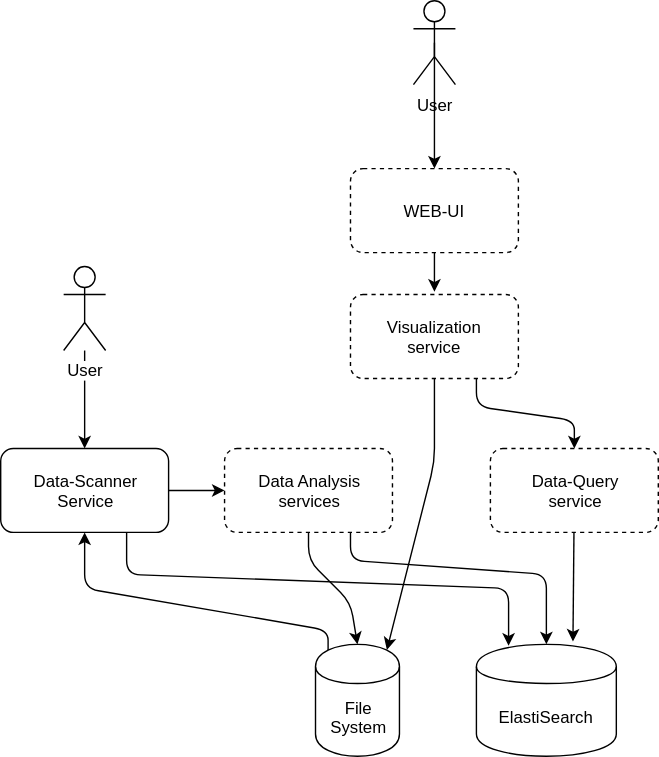
Above: docs/architecture-01.svg in jveverka/data-lab (draw.io), before the change. Source tidied: cells renumbered, new cells last; positions are measured from the earlier drawing's top-left corner, leaving out a move shared by most shapes.
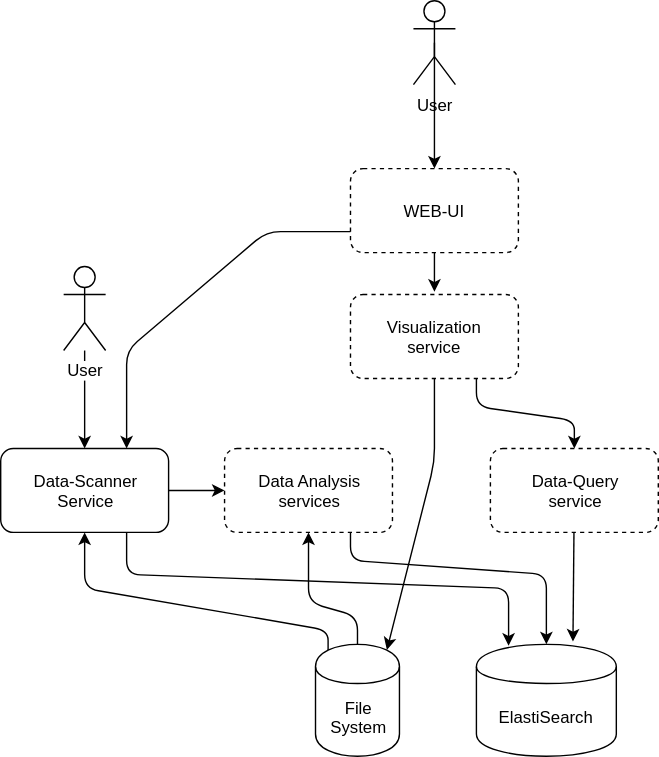
Later version of the same file.

Diff of the diagram source:
```diff
@@ -60,14 +60,6 @@
     <mxCell id="14" value="Data Analysis&lt;br&gt;services" style="rounded=1;whiteSpace=wrap;html=1;dashed=1;" parent="1" vertex="1">
       <mxGeometry x="160" y="320" width="120" height="60" as="geometry" />
     </mxCell>
-    <mxCell id="15" style="endArrow=classic;html=1;entryX=0.5;entryY=0;entryDx=0;entryDy=0;exitX=0.5;exitY=1;exitDx=0;exitDy=0;" parent="1" edge="1" source="14" target="3">
-      <mxGeometry relative="1" as="geometry">
-        <Array as="points">
-          <mxPoint x="220" y="400" />
-          <mxPoint x="250" y="430" />
-        </Array>
-      </mxGeometry>
-    </mxCell>
     <mxCell id="16" style="endArrow=classic;html=1;entryX=0;entryY=0.5;entryDx=0;entryDy=0;exitX=1;exitY=0.5;exitDx=0;exitDy=0;" parent="1" edge="1" source="2" target="14">
       <mxGeometry relative="1" as="geometry" />
     </mxCell>
@@ -95,5 +87,21 @@
         <mxPoint x="310" y="208" as="targetPoint" />
       </mxGeometry>
     </mxCell>
+    <mxCell id="22" style="endArrow=classic;html=1;entryX=0.5;entryY=1;entryDx=0;entryDy=0;exitX=0.5;exitY=0;exitDx=0;exitDy=0;" parent="1" edge="1" source="3" target="14">
+      <mxGeometry relative="1" as="geometry">
+        <Array as="points">
+          <mxPoint x="255" y="440" />
+          <mxPoint x="220" y="430" />
+        </Array>
+      </mxGeometry>
+    </mxCell>
+    <mxCell id="23" style="endArrow=classic;html=1;entryX=0.75;entryY=0;entryDx=0;entryDy=0;exitX=0;exitY=0.75;exitDx=0;exitDy=0;" parent="1" edge="1" source="19" target="2">
+      <mxGeometry relative="1" as="geometry">
+        <Array as="points">
+          <mxPoint x="190" y="165" />
+          <mxPoint x="90" y="250" />
+        </Array>
+      </mxGeometry>
+    </mxCell>
   </root>
 </mxGraphModel>
```
